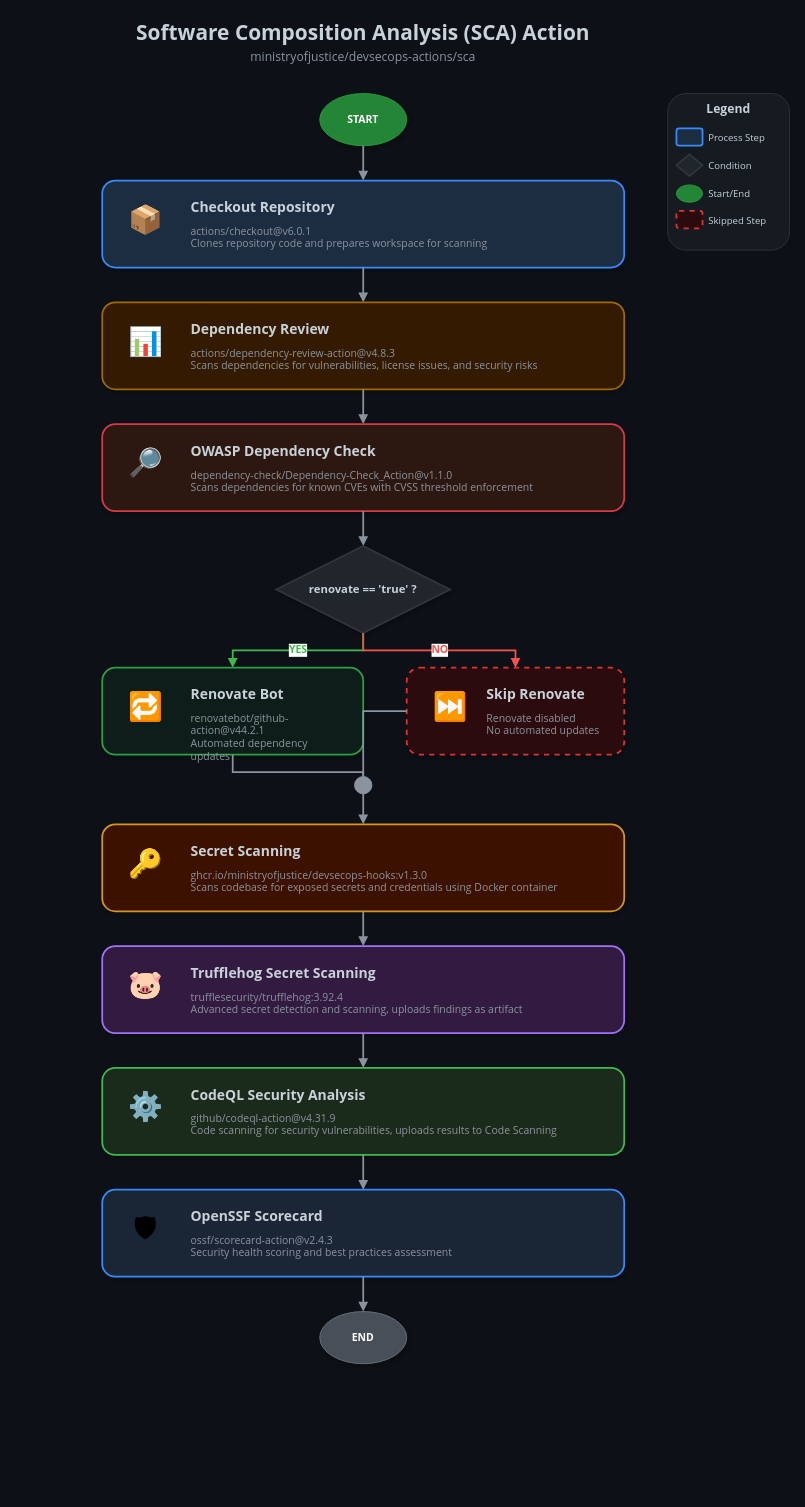
Before: docs/sca.drawio in rossguilbert-gov/devsecops-actions, a draw.io diagram. Source tidied: cells renumbered, new cells numbered last; positions are measured from the earlier drawing's top-left corner, leaving out a move shared by most shapes. Both pictures are drawn from the tidied source at 87%, with x=0, y=0 at pixel (15, 15).
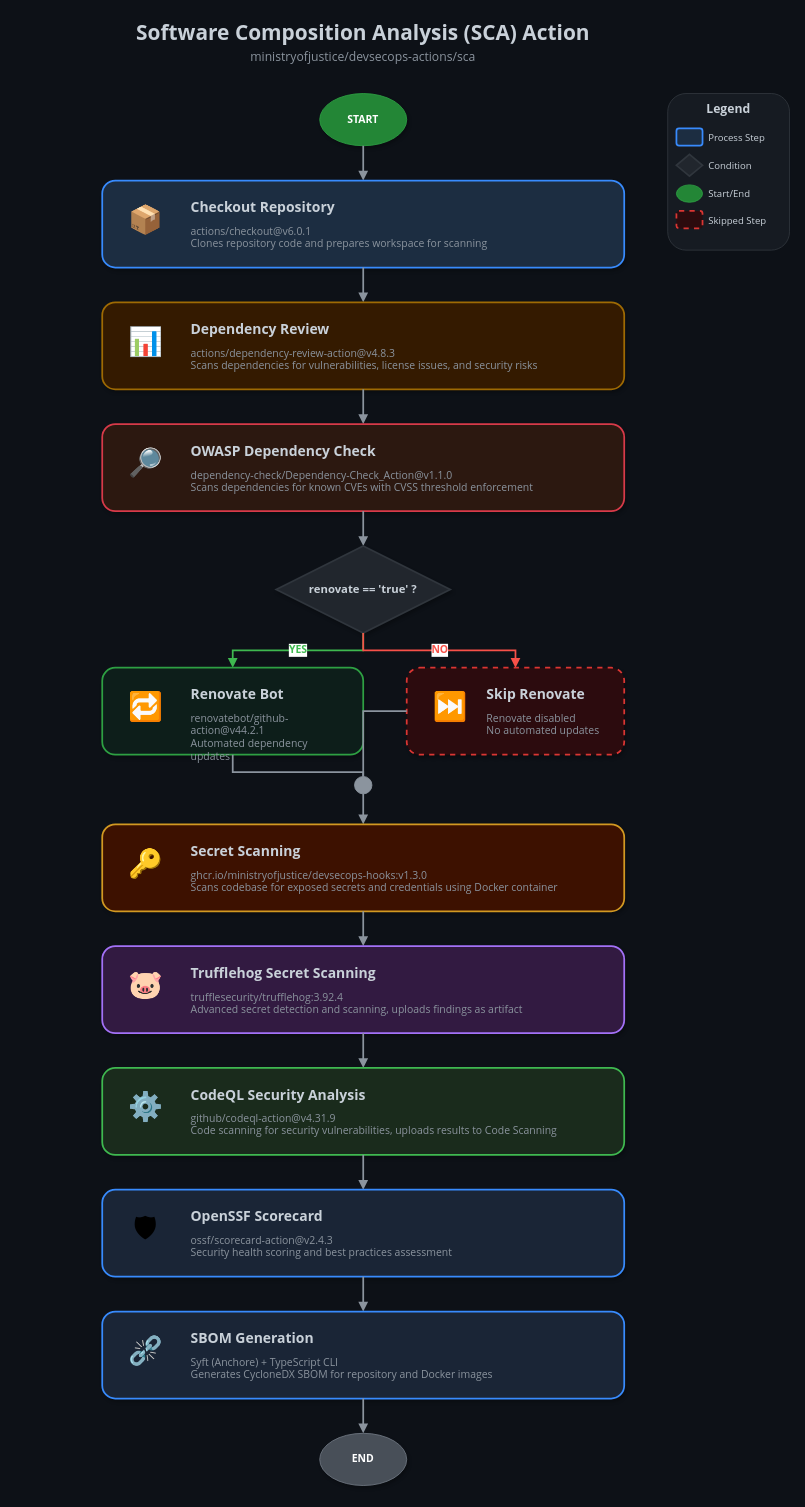
After the change.

Unchanged cells that the change refers to:
```xml
<mxCell id="51" style="rounded=1;whiteSpace=wrap;html=1;fillColor=#1a2536;strokeColor=#388bfd;strokeWidth=2;shadow=1;" parent="1" vertex="1">
  <mxGeometry x="100" y="1350" width="600" height="100" as="geometry" />
</mxCell>
```

The edit, as a diff of the source:
```diff
@@
+    <mxCell id="67" style="edgeStyle=orthogonalEdgeStyle;rounded=0;jettySize=auto;html=1;strokeColor=#8b949e;strokeWidth=2;endArrow=block;endFill=1;" parent="1" edge="1" source="51" target="68">
+      <mxGeometry relative="1" as="geometry" />
+    </mxCell>
+    <mxCell id="68" style="rounded=1;whiteSpace=wrap;html=1;fillColor=#1a2536;strokeColor=#388bfd;strokeWidth=2;shadow=1;" parent="1" vertex="1">
+      <mxGeometry x="100" y="1490" width="600" height="100" as="geometry" />
+    </mxCell>
+    <mxCell id="69" value="⛓️‍💥" style="text;html=1;strokeColor=none;fillColor=none;align=center;verticalAlign=middle;whiteSpace=wrap;rounded=0;fontSize=32;" parent="1" vertex="1">
+      <mxGeometry x="120" y="1505" width="60" height="60" as="geometry" />
+    </mxCell>
+    <mxCell id="70" value="SBOM Generation" style="text;html=1;strokeColor=none;fillColor=none;align=left;verticalAlign=top;whiteSpace=wrap;rounded=0;fontSize=16;fontStyle=1;fontColor=#c9d1d9;fontFamily=Segoe UI;" parent="1" vertex="1">
+      <mxGeometry x="200" y="1505" width="480" height="25" as="geometry" />
+    </mxCell>
+    <mxCell id="71" value="Syft (Anchore) + TypeScript CLI&lt;br&gt;Generates CycloneDX SBOM for repository and Docker images" style="text;html=1;strokeColor=none;fillColor=none;align=left;verticalAlign=top;whiteSpace=wrap;rounded=0;fontSize=12;fontColor=#8b949e;fontFamily=Segoe UI;" parent="1" vertex="1">
+      <mxGeometry x="200" y="1535" width="480" height="45" as="geometry" />
+    </mxCell>
-    <mxCell id="55" style="edgeStyle=orthogonalEdgeStyle;rounded=0;jettySize=auto;html=1;strokeColor=#8b949e;strokeWidth=2;endArrow=block;endFill=1;" parent="1" edge="1" source="51" target="56">
+    <mxCell id="55" style="edgeStyle=orthogonalEdgeStyle;rounded=0;jettySize=auto;html=1;strokeColor=#8b949e;strokeWidth=2;endArrow=block;endFill=1;" parent="1" edge="1" source="68" target="56">
       <mxGeometry relative="1" as="geometry" />
     </mxCell>
     <mxCell id="56" value="END" style="ellipse;whiteSpace=wrap;html=1;fillColor=#484f58;strokeColor=#6e7681;fontColor=#ffffff;fontSize=12;fontStyle=1;fontFamily=Segoe UI;shadow=1;" parent="1" vertex="1">
-      <mxGeometry x="350" y="1490" width="100" height="60" as="geometry" />
+      <mxGeometry x="350" y="1630" width="100" height="60" as="geometry" />
     </mxCell>
```
